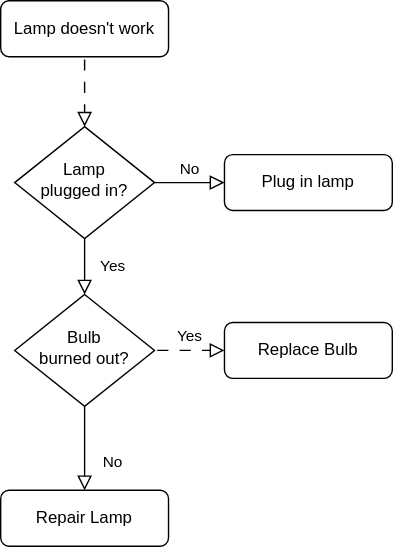
Before: svg/animated.drawio.svg, a diagram exported from draw.io (JuhaW/Vray_Tools). Source tidied: cells renumbered, new cells last; positions are measured from the earlier drawing's top-left corner, leaving out a move shared by most shapes.
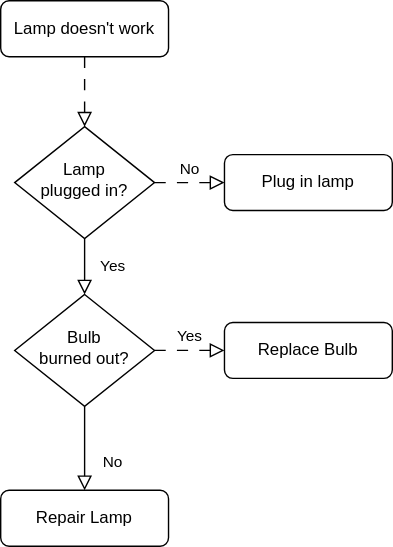
After the commit.

What changed in the source:
```diff
@@ -11,7 +11,7 @@
     <mxCell id="4" value="Yes" style="rounded=0;html=1;jettySize=auto;fontSize=11;endArrow=block;endFill=0;endSize=8;strokeWidth=1;shadow=0;labelBackgroundColor=none;edgeStyle=orthogonalEdgeStyle;" parent="1" edge="1" source="6" target="10">
       <mxGeometry y="20" relative="1" as="geometry" />
     </mxCell>
-    <mxCell id="5" value="No" style="edgeStyle=orthogonalEdgeStyle;rounded=0;html=1;jettySize=auto;fontSize=11;endArrow=block;endFill=0;endSize=8;strokeWidth=1;shadow=0;labelBackgroundColor=none;" parent="1" edge="1" source="6" target="7">
+    <mxCell id="5" value="No" style="edgeStyle=orthogonalEdgeStyle;rounded=0;html=1;jettySize=auto;fontSize=11;endArrow=block;endFill=0;endSize=8;strokeWidth=1;shadow=0;labelBackgroundColor=none;flowAnimation=1;" parent="1" edge="1" source="6" target="7">
       <mxGeometry y="10" relative="1" as="geometry" />
     </mxCell>
     <mxCell id="6" value="Lamp&lt;br&gt;plugged in?" style="rhombus;whiteSpace=wrap;html=1;shadow=0;fontFamily=Helvetica;fontSize=12;align=center;strokeWidth=1;spacing=6;spacingTop=-4;" parent="1" vertex="1">
```
